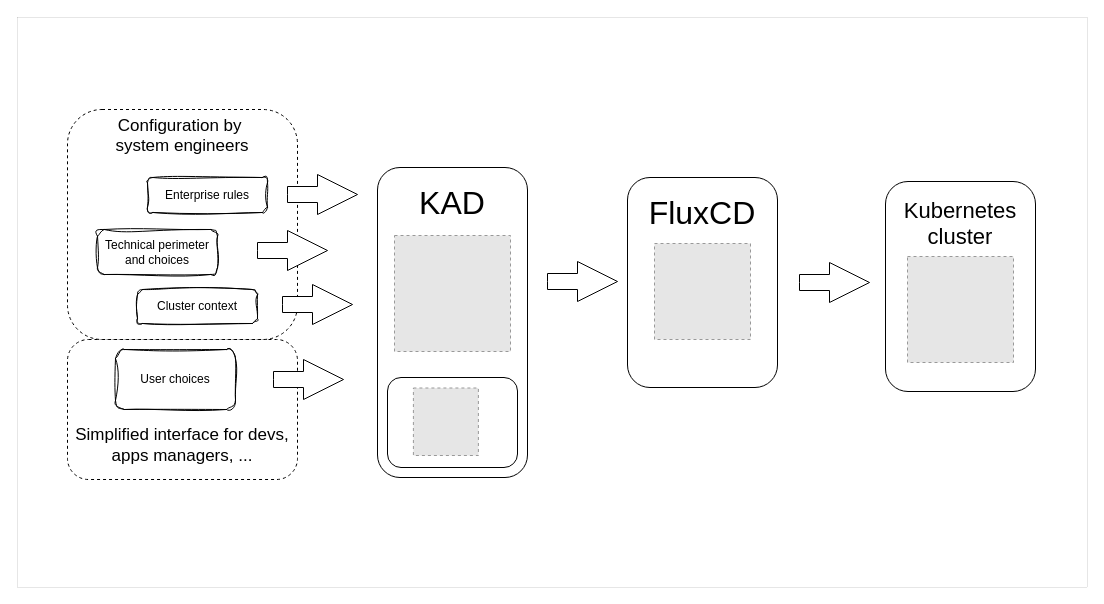
kubotal/kad-doc keeps this draw.io diagram as page "kad0" (1 of 4) of draw/flux.drawio. Above is the earlier version. Source tidied: cells renumbered, new cells numbered last; positions are measured from the earlier drawing's top-left corner, leaving out a move shared by most shapes. Both pictures are drawn from the tidied source at 100%, with x=0, y=0 at pixel (17, 17). Pictures stored in the file or linked from it are replaced by grey dashed boxes.
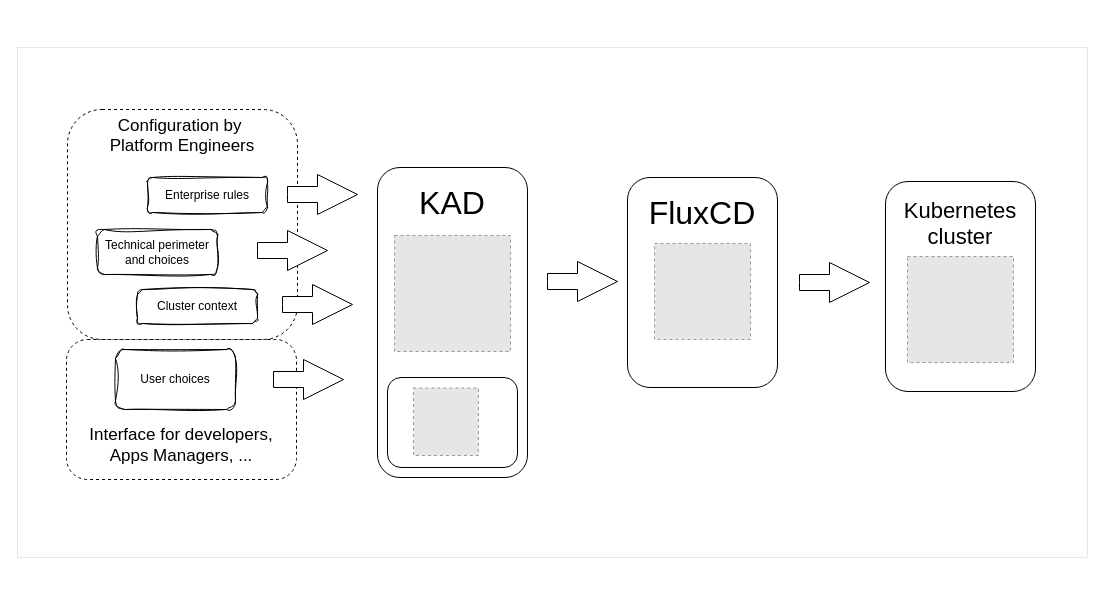
Above is the later version.

The edit, as a diff of the source:
```diff
@@
     <mxCell id="2" style="rounded=0;whiteSpace=wrap;html=1;strokeWidth=0;" parent="1" vertex="1">
-      <mxGeometry width="1070" height="570" as="geometry" />
+      <mxGeometry y="30" width="1070" height="510" as="geometry" />
     </mxCell>
-    <mxCell id="3" value="Simplified interface for devs, apps managers, ..." style="rounded=1;whiteSpace=wrap;html=1;dashed=1;verticalAlign=bottom;fontSize=17;spacingBottom=11;" parent="1" vertex="1">
-      <mxGeometry x="50" y="322" width="230" height="140" as="geometry" />
+    <mxCell id="3" value="Interface for developers,&lt;br&gt;Apps Managers, ..." style="rounded=1;whiteSpace=wrap;html=1;dashed=1;verticalAlign=bottom;fontSize=17;spacingBottom=11;" parent="1" vertex="1">
+      <mxGeometry x="49" y="322" width="230" height="140" as="geometry" />
     </mxCell>
-    <mxCell id="4" value="Configuration by&amp;nbsp;&lt;div&gt;system engineers&lt;/div&gt;" style="rounded=1;whiteSpace=wrap;html=1;dashed=1;verticalAlign=top;fontSize=17;" parent="1" vertex="1">
+    <mxCell id="4" value="Configuration by&amp;nbsp;&lt;div&gt;Platform Engineers&lt;/div&gt;" style="rounded=1;whiteSpace=wrap;html=1;dashed=1;verticalAlign=top;fontSize=17;" parent="1" vertex="1">
       <mxGeometry x="50" y="92" width="230" height="230" as="geometry" />
     </mxCell>
```
